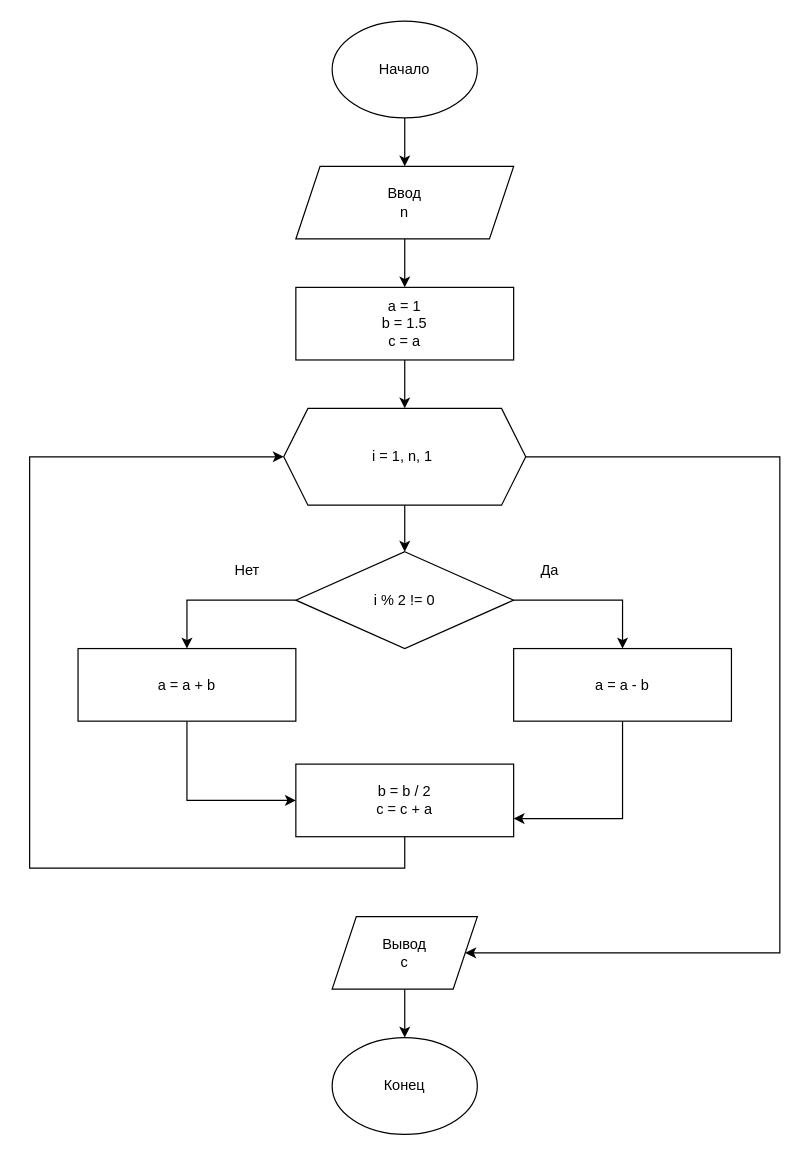
Before: lesson_2/lesson_2_ex4.drawio in peleskov/algorithms, a draw.io diagram. Source tidied: cells renumbered, new cells numbered last; positions are measured from the earlier drawing's top-left corner, leaving out a move shared by most shapes. Both pictures are drawn from the tidied source at 121%, with x=0, y=0 at pixel (29, 21).
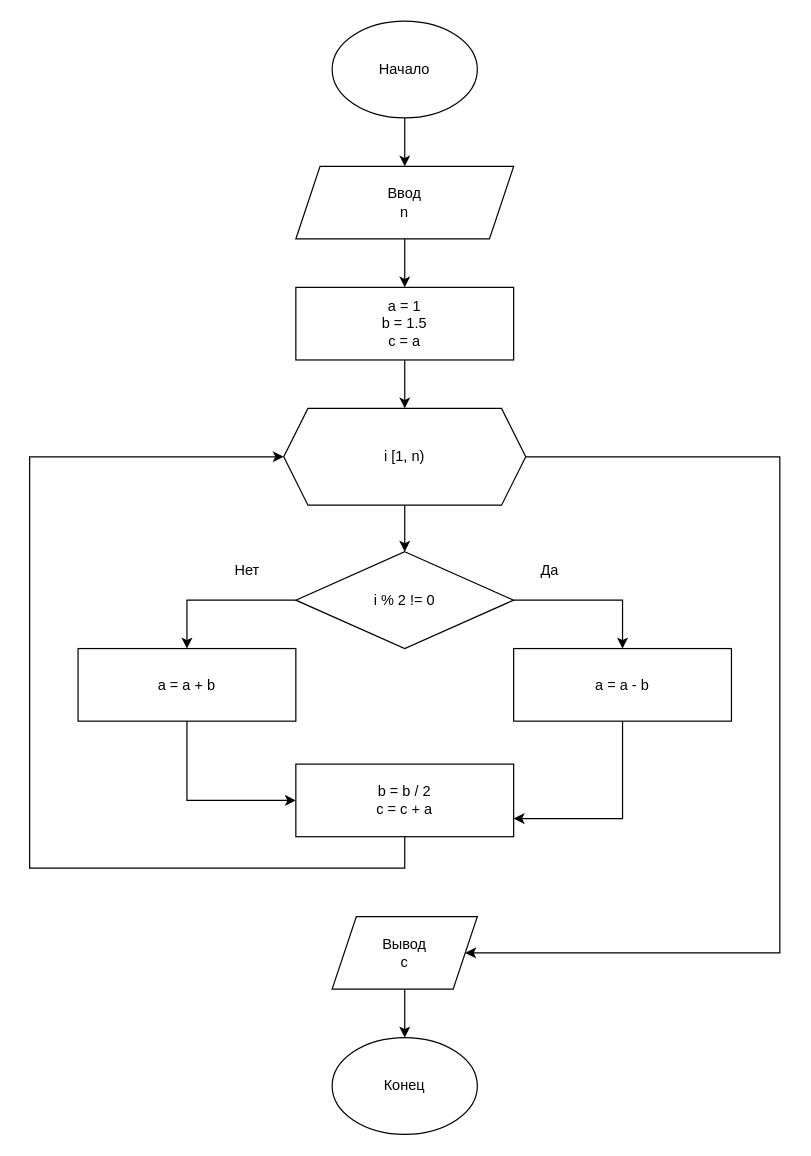
The same diagram, later.

Change to the diagram source:
```diff
@@
-    <mxCell id="10" value="i = 1, n, 1&amp;nbsp;" style="shape=hexagon;perimeter=hexagonPerimeter2;whiteSpace=wrap;html=1;fixedSize=1;" parent="1" vertex="1">
+    <mxCell id="10" value="i [1, n)" style="shape=hexagon;perimeter=hexagonPerimeter2;whiteSpace=wrap;html=1;fixedSize=1;" parent="1" vertex="1">
       <mxGeometry x="210" y="320" width="200" height="80" as="geometry" />
     </mxCell>
```
